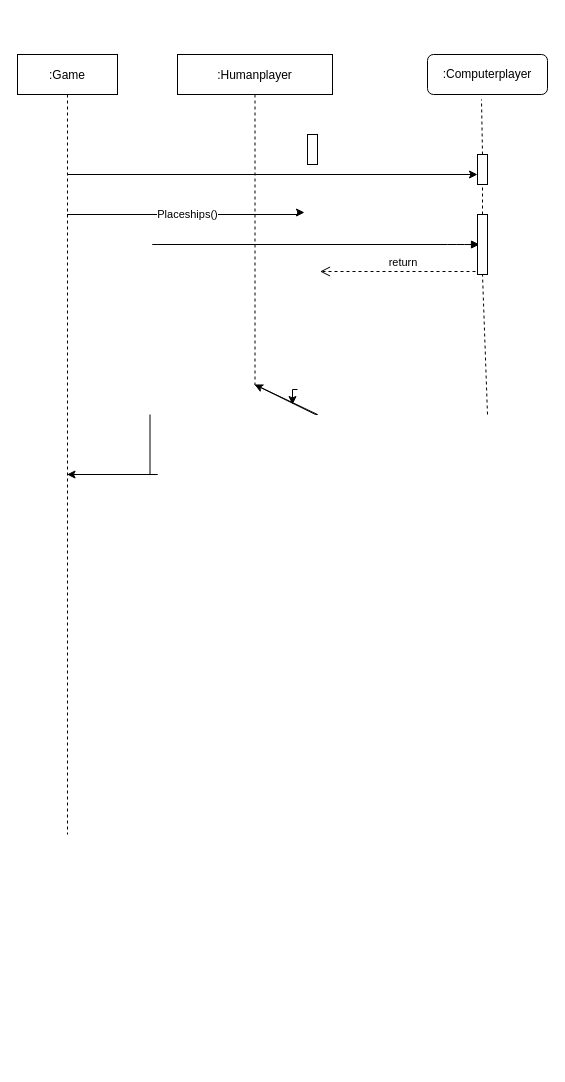
Before: Untitled Diagram.drawio in amaka1x/Xender-Battleship-Game-Project, a draw.io diagram. Source tidied: cells renumbered, new cells numbered last; positions are measured from the earlier drawing's top-left corner, leaving out a move shared by most shapes. Both pictures are drawn from the tidied source at 100%, with x=0, y=0 at pixel (17, 54).
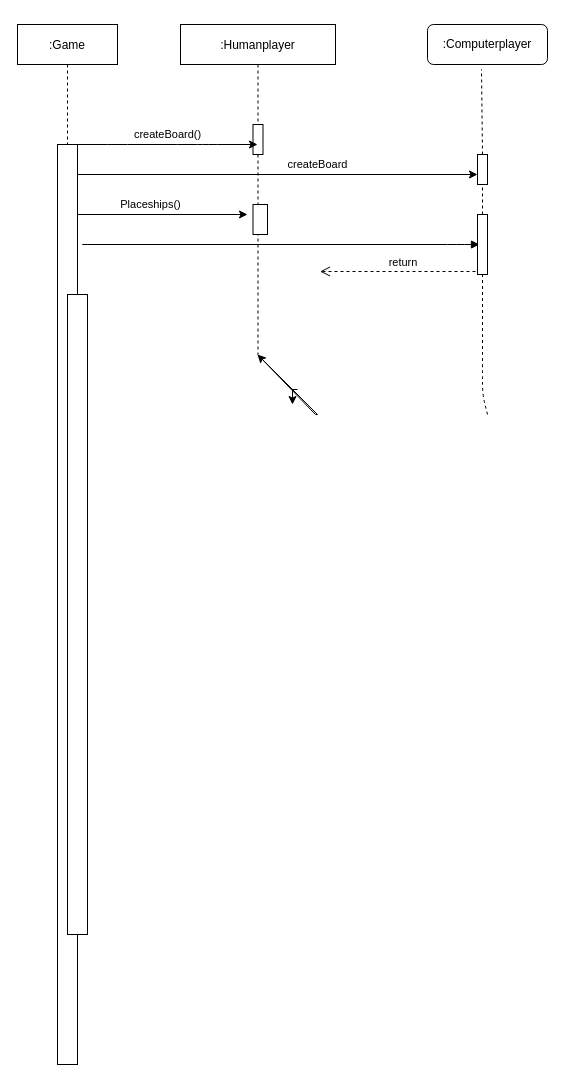
After the change.

Unchanged cells that the change refers to:
```xml
<mxCell id="8" style="points=[];perimeter=orthogonalPerimeter;rounded=0;shadow=0;strokeWidth=1;" parent="1" vertex="1">
  <mxGeometry x="460" y="160" width="10" height="60" as="geometry" />
</mxCell>
```

The edit, as a diff of the source:
```diff
@@
     <mxCell id="2" value=":Game" style="shape=umlLifeline;perimeter=lifelinePerimeter;rounded=0;shadow=0;strokeWidth=1;" parent="1" vertex="1">
-      <mxGeometry width="100" height="780" as="geometry" />
+      <mxGeometry y="-30" width="100" height="780" as="geometry" />
     </mxCell>
     <mxCell id="3" value=":Humanplayer" style="shape=umlLifeline;perimeter=lifelinePerimeter;rounded=0;shadow=0;strokeWidth=1;" parent="1" vertex="1">
-      <mxGeometry x="160" width="155" height="330" as="geometry" />
+      <mxGeometry x="163" y="-30" width="155" height="330" as="geometry" />
     </mxCell>
     <mxCell id="4" style="verticalAlign=bottom;endArrow=block;shadow=0;strokeWidth=1;" parent="1" edge="1" source="3">
       <mxGeometry relative="1" as="geometry">
         <mxPoint x="462" y="190" as="targetPoint" />
         <Array as="points">
           <mxPoint x="260" y="190" />
-          <mxPoint x="130" y="190" />
+          <mxPoint x="60" y="190" />
           <mxPoint x="440" y="190" />
         </Array>
       </mxGeometry>
     </mxCell>
@@
+    <mxCell id="17" style="edgeStyle=orthogonalEdgeStyle;rounded=0;jettySize=auto;html=1;exitX=0.25;exitY=0;exitDx=0;exitDy=0;" parent="1" edge="1" source="6">
+      <mxGeometry relative="1" as="geometry">
+        <mxPoint x="440" y="-10" as="targetPoint" />
+      </mxGeometry>
+    </mxCell>
     <mxCell id="6" value=":Computerplayer" style="rounded=1;whiteSpace=wrap;html=1;" parent="1" vertex="1">
-      <mxGeometry x="410" width="120" height="40" as="geometry" />
+      <mxGeometry x="410" y="-30" width="120" height="40" as="geometry" />
     </mxCell>
@@
     <mxCell id="9" style="endArrow=none;dashed=1;html=1;entryX=0.5;entryY=1;entryDx=0;entryDy=0;" parent="1" edge="1" target="8">
       <mxGeometry relative="1" as="geometry">
         <mxPoint x="470" y="360" as="sourcePoint" />
+        <Array as="points">
+          <mxPoint x="465" y="340" />
+          <mxPoint x="465" y="320" />
+          <mxPoint x="465" y="290" />
+        </Array>
       </mxGeometry>
     </mxCell>
@@
     <mxCell id="11" value="Placeships()" style="edgeStyle=orthogonalEdgeStyle;rounded=0;jettySize=auto;html=1;" parent="1" edge="1" source="2">
-      <mxGeometry relative="1" as="geometry">
-        <mxPoint x="287" y="158" as="targetPoint" />
+      <mxGeometry x="-0.08" y="10" relative="1" as="geometry">
+        <mxPoint x="230" y="160" as="targetPoint" />
         <Array as="points">
-          <mxPoint x="280" y="160" />
-          <mxPoint x="280" y="158" />
+          <mxPoint x="220" y="160" />
         </Array>
       </mxGeometry>
     </mxCell>
@@
-    <mxCell id="13" style="rounded=0;whiteSpace=wrap;html=1;" parent="1" vertex="1">
-      <mxGeometry x="290" y="80" width="10" height="30" as="geometry" />
-    </mxCell>
-    <mxCell id="14" style="edgeStyle=orthogonalEdgeStyle;rounded=0;jettySize=auto;html=1;exitX=0.25;exitY=1;exitDx=0;exitDy=0;" parent="1" edge="1" target="2">
-      <mxGeometry relative="1" as="geometry">
-        <mxPoint x="132.5" y="360" as="sourcePoint" />
-        <Array as="points">
-          <mxPoint x="140" y="420" />
-          <mxPoint x="140" y="420" />
-        </Array>
-      </mxGeometry>
-    </mxCell>
-    <mxCell id="15" style="endArrow=classic;html=1;" parent="1" edge="1" source="2">
-      <mxGeometry relative="1" as="geometry">
+    <mxCell id="15" value="createBoard" style="endArrow=classic;html=1;" parent="1" edge="1" source="2">
+      <mxGeometry x="0.22" y="10" relative="1" as="geometry">
         <mxPoint x="460" y="120" as="targetPoint" />
       </mxGeometry>
     </mxCell>
@@
+    <mxCell id="18" style="rounded=0;whiteSpace=wrap;html=1;" parent="1" vertex="1">
+      <mxGeometry x="235.5" y="70" width="10" height="30" as="geometry" />
+    </mxCell>
+    <mxCell id="19" style="rounded=0;whiteSpace=wrap;html=1;" parent="1" vertex="1">
+      <mxGeometry x="40" y="90" width="20" height="920" as="geometry" />
+    </mxCell>
+    <mxCell id="20" style="rounded=0;whiteSpace=wrap;html=1;" parent="1" vertex="1">
+      <mxGeometry x="50" y="240" width="20" height="640" as="geometry" />
+    </mxCell>
+    <mxCell id="21" value="createBoard()" style="endArrow=classic;html=1;" parent="1" edge="1" target="3">
+      <mxGeometry y="10" relative="1" as="geometry">
+        <mxPoint x="60" y="90" as="sourcePoint" />
+        <Array as="points">
+          <mxPoint x="100" y="90" />
+          <mxPoint x="170" y="90" />
+          <mxPoint x="190" y="90" />
+        </Array>
+      </mxGeometry>
+    </mxCell>
+    <mxCell id="22" style="rounded=0;whiteSpace=wrap;html=1;" parent="1" vertex="1">
+      <mxGeometry x="235.5" y="150" width="14.5" height="30" as="geometry" />
+    </mxCell>
```
